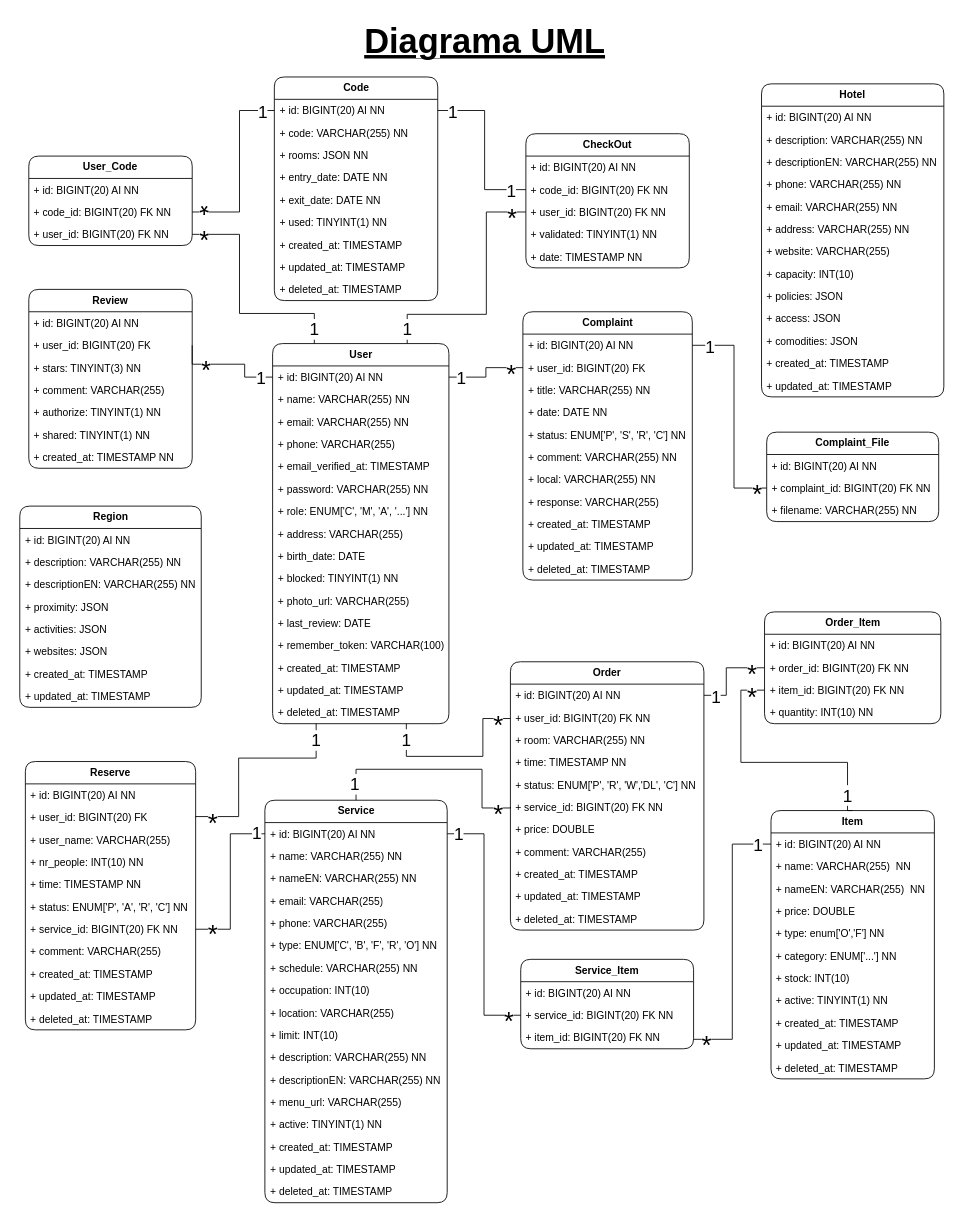
Earlier version of the draw.io diagram page "Diagrama UML" (1 of 2) of HappyGuest.drawio (Happy-Guest/HG-Notes). Source tidied: cells renumbered, new cells numbered last; positions are measured from the earlier drawing's top-left corner, leaving out a move shared by most shapes. Both pictures are drawn from the tidied source at 86%, with x=0, y=0 at pixel (20, 15).
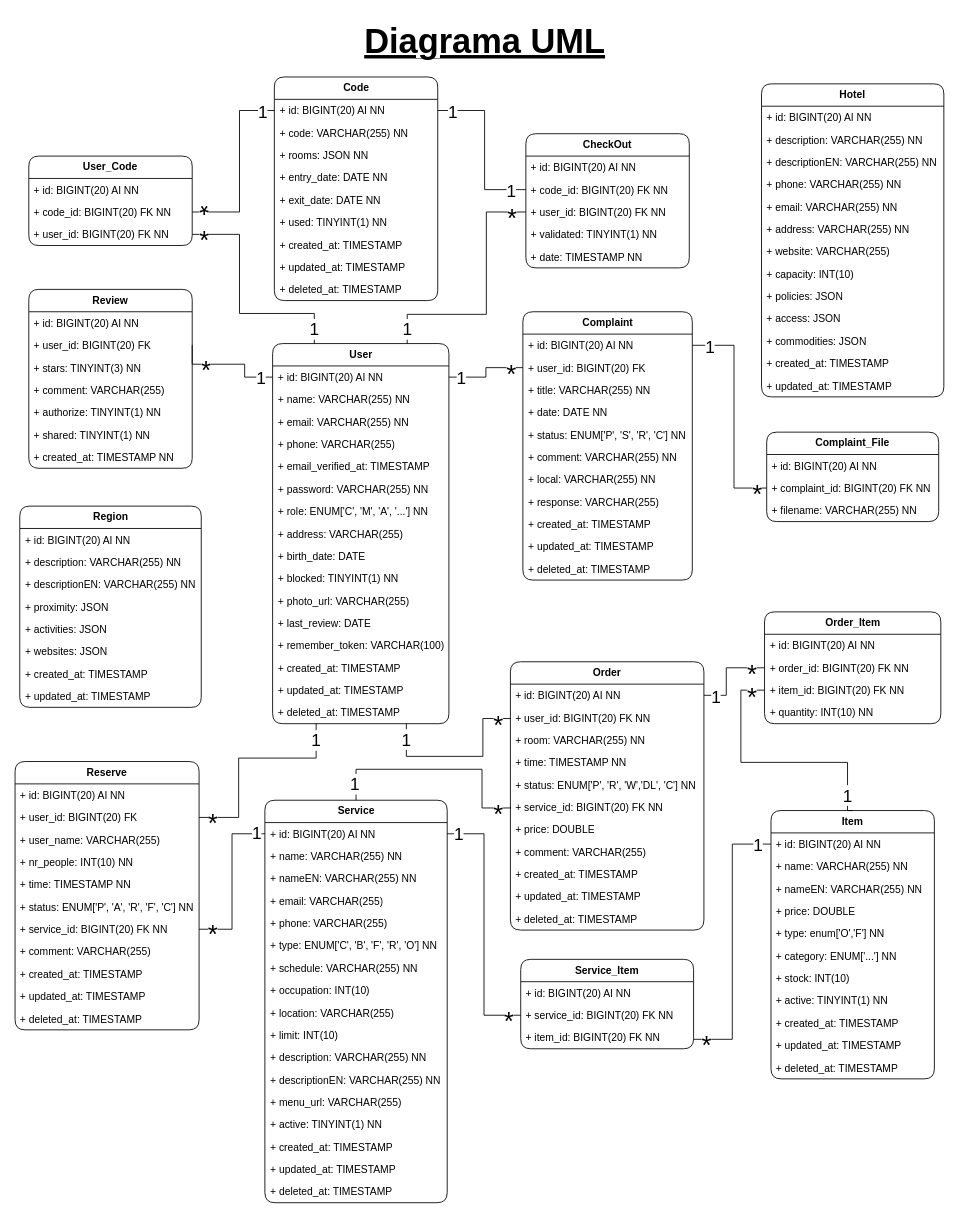
Above is the later version.

Unchanged cells that the change refers to:
```xml
<mxCell id="18" value="+ deleted_at: TIMESTAMP" style="text;strokeColor=none;fillColor=none;align=left;verticalAlign=top;spacingLeft=4;spacingRight=4;overflow=hidden;points=[[0,0.5],[1,0.5]];portConstraint=eastwest;whiteSpace=wrap;html=1;" parent="2" vertex="1">
  <mxGeometry y="416" width="205" height="26" as="geometry" />
</mxCell>
<mxCell id="74" value="&lt;b&gt;Item&lt;/b&gt;" style="swimlane;fontStyle=0;horizontal=1;startSize=26;fillColor=none;whiteSpace=wrap;html=1;perimeterSpacing=0;rounded=1;" parent="1" vertex="1">
  <mxGeometry x="873" y="925" width="190" height="312" as="geometry" />
</mxCell>
<mxCell id="147" value="&lt;b&gt;Hotel&lt;br&gt;&lt;/b&gt;" style="swimlane;fontStyle=0;horizontal=1;startSize=26;fillColor=none;whiteSpace=wrap;html=1;perimeterSpacing=0;rounded=1;" parent="1" vertex="1">
  <mxGeometry x="862" y="80" width="212" height="364" as="geometry" />
</mxCell>
```

The edit, as a diff of the source:
```diff
@@
     <mxCell id="62" value="&lt;b&gt;Reserve&lt;br&gt;&lt;/b&gt;" style="swimlane;fontStyle=0;horizontal=1;startSize=26;fillColor=none;whiteSpace=wrap;html=1;perimeterSpacing=0;rounded=1;" parent="1" vertex="1">
-      <mxGeometry x="6" y="868" width="198" height="312" as="geometry" />
+      <mxGeometry x="-6" y="868" width="214" height="312" as="geometry" />
     </mxCell>
     <mxCell id="63" value="+ id: BIGINT(20) AI NN" style="text;strokeColor=none;fillColor=none;align=left;verticalAlign=top;spacingLeft=4;spacingRight=4;overflow=hidden;whiteSpace=wrap;html=1;" parent="62" vertex="1">
-      <mxGeometry y="26" width="198" height="26" as="geometry" />
+      <mxGeometry y="26" width="214" height="26" as="geometry" />
     </mxCell>
     <mxCell id="64" value="+ user_id: BIGINT(20) FK" style="text;strokeColor=none;fillColor=none;align=left;verticalAlign=top;spacingLeft=4;spacingRight=4;overflow=hidden;points=[[0,0.5],[1,0.5]];portConstraint=eastwest;whiteSpace=wrap;html=1;" parent="62" vertex="1">
-      <mxGeometry y="52" width="198" height="26" as="geometry" />
+      <mxGeometry y="52" width="214" height="26" as="geometry" />
     </mxCell>
     <mxCell id="65" value="+ user_name: VARCHAR(255)" style="text;strokeColor=none;fillColor=none;align=left;verticalAlign=top;spacingLeft=4;spacingRight=4;overflow=hidden;whiteSpace=wrap;html=1;" parent="62" vertex="1">
-      <mxGeometry y="78" width="198" height="26" as="geometry" />
+      <mxGeometry y="78" width="214" height="26" as="geometry" />
     </mxCell>
     <mxCell id="66" value="+ nr_people: INT(10) NN" style="text;strokeColor=none;fillColor=none;align=left;verticalAlign=top;spacingLeft=4;spacingRight=4;overflow=hidden;whiteSpace=wrap;html=1;" parent="62" vertex="1">
-      <mxGeometry y="104" width="198" height="26" as="geometry" />
+      <mxGeometry y="104" width="214" height="26" as="geometry" />
     </mxCell>
     <mxCell id="67" value="+ time: TIMESTAMP NN" style="text;strokeColor=none;fillColor=none;align=left;verticalAlign=top;spacingLeft=4;spacingRight=4;overflow=hidden;whiteSpace=wrap;html=1;" parent="62" vertex="1">
-      <mxGeometry y="130" width="198" height="26" as="geometry" />
+      <mxGeometry y="130" width="214" height="26" as="geometry" />
     </mxCell>
-    <mxCell id="68" value="+ status: ENUM['P', 'A', 'R', 'C'] NN" style="text;strokeColor=none;fillColor=none;align=left;verticalAlign=top;spacingLeft=4;spacingRight=4;overflow=hidden;whiteSpace=wrap;html=1;" parent="62" vertex="1">
-      <mxGeometry y="156" width="198" height="26" as="geometry" />
+    <mxCell id="68" value="+ status: ENUM['P', 'A', 'R', 'F', 'C'] NN" style="text;strokeColor=none;fillColor=none;align=left;verticalAlign=top;spacingLeft=4;spacingRight=4;overflow=hidden;whiteSpace=wrap;html=1;" parent="62" vertex="1">
+      <mxGeometry y="156" width="214" height="26" as="geometry" />
     </mxCell>
     <mxCell id="69" value="+ service_id: BIGINT(20) FK NN" style="text;strokeColor=none;fillColor=none;align=left;verticalAlign=top;spacingLeft=4;spacingRight=4;overflow=hidden;points=[[0,0.5],[1,0.5]];portConstraint=eastwest;whiteSpace=wrap;html=1;" parent="62" vertex="1">
-      <mxGeometry y="182" width="198" height="26" as="geometry" />
+      <mxGeometry y="182" width="214" height="26" as="geometry" />
     </mxCell>
     <mxCell id="70" value="+ comment: VARCHAR(255)&amp;nbsp;" style="text;strokeColor=none;fillColor=none;align=left;verticalAlign=top;spacingLeft=4;spacingRight=4;overflow=hidden;whiteSpace=wrap;html=1;" parent="62" vertex="1">
-      <mxGeometry y="208" width="198" height="26" as="geometry" />
+      <mxGeometry y="208" width="214" height="26" as="geometry" />
     </mxCell>
     <mxCell id="71" value="+ created_at: TIMESTAMP" style="text;strokeColor=none;fillColor=none;align=left;verticalAlign=top;spacingLeft=4;spacingRight=4;overflow=hidden;whiteSpace=wrap;html=1;" parent="62" vertex="1">
-      <mxGeometry y="234" width="198" height="26" as="geometry" />
+      <mxGeometry y="234" width="214" height="26" as="geometry" />
     </mxCell>
     <mxCell id="72" value="+ updated_at: TIMESTAMP" style="text;strokeColor=none;fillColor=none;align=left;verticalAlign=top;spacingLeft=4;spacingRight=4;overflow=hidden;whiteSpace=wrap;html=1;" parent="62" vertex="1">
-      <mxGeometry y="260" width="198" height="26" as="geometry" />
+      <mxGeometry y="260" width="214" height="26" as="geometry" />
     </mxCell>
     <mxCell id="73" value="+ deleted_at: TIMESTAMP" style="text;strokeColor=none;fillColor=none;align=left;verticalAlign=top;spacingLeft=4;spacingRight=4;overflow=hidden;whiteSpace=wrap;html=1;" parent="62" vertex="1">
-      <mxGeometry y="286" width="198" height="26" as="geometry" />
+      <mxGeometry y="286" width="214" height="26" as="geometry" />
     </mxCell>
@@
-    <mxCell id="76" value="+ name: VARCHAR(255)&amp;nbsp; NN" style="text;strokeColor=none;fillColor=none;align=left;verticalAlign=top;spacingLeft=4;spacingRight=4;overflow=hidden;whiteSpace=wrap;html=1;" parent="74" vertex="1">
+    <mxCell id="76" value="+ name: VARCHAR(255) NN" style="text;strokeColor=none;fillColor=none;align=left;verticalAlign=top;spacingLeft=4;spacingRight=4;overflow=hidden;whiteSpace=wrap;html=1;" parent="74" vertex="1">
       <mxGeometry y="52" width="190" height="26" as="geometry" />
     </mxCell>
-    <mxCell id="77" value="+ nameEN: VARCHAR(255)&amp;nbsp; NN" style="text;strokeColor=none;fillColor=none;align=left;verticalAlign=top;spacingLeft=4;spacingRight=4;overflow=hidden;whiteSpace=wrap;html=1;" parent="74" vertex="1">
+    <mxCell id="77" value="+ nameEN: VARCHAR(255) NN" style="text;strokeColor=none;fillColor=none;align=left;verticalAlign=top;spacingLeft=4;spacingRight=4;overflow=hidden;whiteSpace=wrap;html=1;" parent="74" vertex="1">
       <mxGeometry y="78" width="190" height="26" as="geometry" />
     </mxCell>
@@
-    <mxCell id="158" value="+ comodities: JSON" style="text;strokeColor=none;fillColor=none;align=left;verticalAlign=top;spacingLeft=4;spacingRight=4;overflow=hidden;whiteSpace=wrap;html=1;" parent="147" vertex="1">
+    <mxCell id="158" value="+ commodities: JSON" style="text;strokeColor=none;fillColor=none;align=left;verticalAlign=top;spacingLeft=4;spacingRight=4;overflow=hidden;whiteSpace=wrap;html=1;" parent="147" vertex="1">
       <mxGeometry y="286" width="212" height="26" as="geometry" />
     </mxCell>
@@
     <mxCell id="171" style="edgeStyle=orthogonalEdgeStyle;rounded=0;jettySize=auto;html=1;entryX=0.247;entryY=0.996;entryDx=0;entryDy=0;entryPerimeter=0;endArrow=none;endFill=0;exitX=1;exitY=0.5;exitDx=0;exitDy=0;" parent="1" edge="1" source="64" target="18">
       <mxGeometry relative="1" as="geometry">
         <Array as="points">
-          <mxPoint x="204" y="932" />
-          <mxPoint x="254" y="932" />
+          <mxPoint x="254" y="933" />
           <mxPoint x="254" y="864" />
           <mxPoint x="344" y="864" />
         </Array>
       </mxGeometry>
     </mxCell>
```
